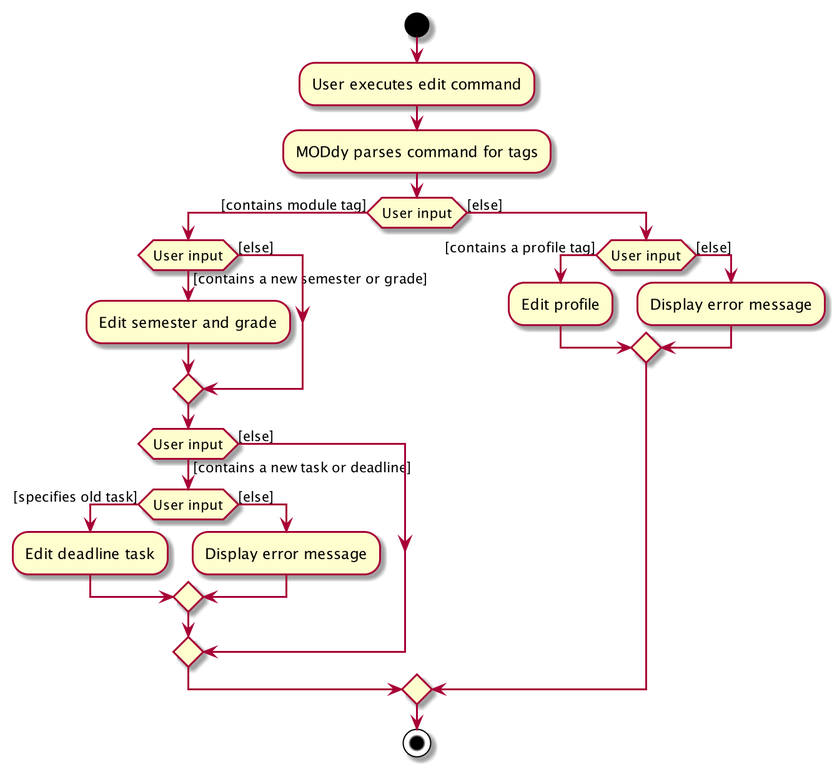
This is docs/images/EditCommandActivityDiagram.png from nus-cs2103-AY1920S2/addressbook-level3, a PlantUML export, as it was before one commit. Source of this version:
```plantuml
@startuml
start
:User executes edit command;
:MODdy parses command for tags;
if (User input) then ([contains module tag])
  if (User input) then ([contains a new semester or grade])
    :Edit semester and grade;
  else ([else])
  endif
  if (User input) then ([contains a new task or deadline])
    if (User input) then ([specifies old task])
      :Edit deadline task;
    else ([else])
      :Display error message;
    endif
  else ([else])
  endif
else ([else])
  if (User input) then ([contains a profile tag])
    :Edit profile;
  else ([else])
    :Display error message;
  endif
endif
stop
@enduml
```
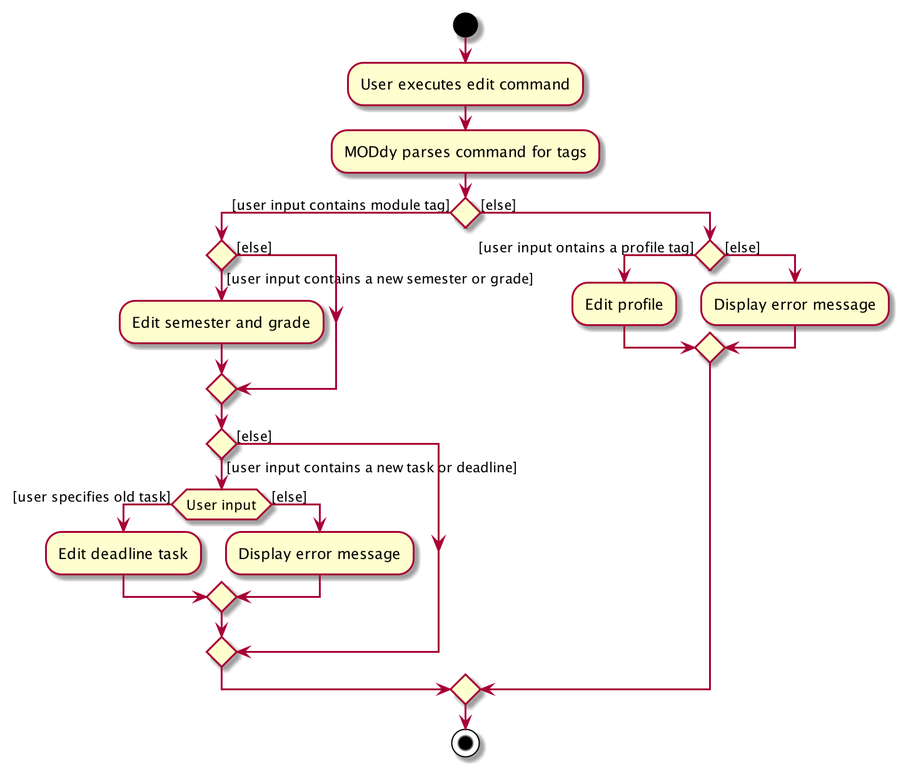
After the change.

Change to the diagram source:
```diff
@@ -2,13 +2,13 @@
 start
 :User executes edit command;
 :MODdy parses command for tags;
-if (User input) then ([contains module tag])
-  if (User input) then ([contains a new semester or grade])
+if () then ([user input contains module tag])
+  if () then ([user input contains a new semester or grade])
     :Edit semester and grade;
   else ([else])
   endif
-  if (User input) then ([contains a new task or deadline])
-    if (User input) then ([specifies old task])
+  if () then ([user input contains a new task or deadline])
+    if (User input) then ([user specifies old task])
       :Edit deadline task;
     else ([else])
       :Display error message;
@@ -16,7 +16,7 @@
   else ([else])
   endif
 else ([else])
-  if (User input) then ([contains a profile tag])
+  if () then ([user input ontains a profile tag])
     :Edit profile;
   else ([else])
     :Display error message;
```
